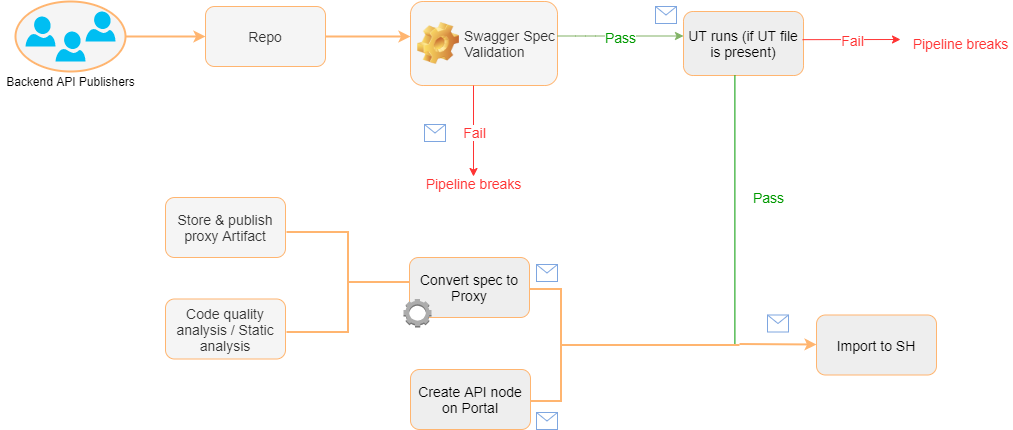
This is Untitled Diagram.png from joshhnaa/sample, a draw.io export, as it was before one commit. Source tidied: cells renumbered, new cells last; positions are measured from the earlier drawing's top-left corner, leaving out a move shared by most shapes. Its diagram source:
```xml
<mxGraphModel>
  <root>
    <mxCell id="0" />
    <mxCell id="1" parent="0" />
    <mxCell id="2" value="&lt;span style=&quot;color: rgba(0 , 0 , 0 , 0) ; font-family: monospace ; font-size: 0px&quot;&gt;%3CmxGraphModel%3E%3Croot%3E%3CmxCell%20id%3D%220%22%2F%3E%3CmxCell%20id%3D%221%22%20parent%3D%220%22%2F%3E%3CmxCell%20id%3D%222%22%20value%3D%22%22%20style%3D%22verticalLabelPosition%3Dbottom%3Bhtml%3D1%3BverticalAlign%3Dtop%3Balign%3Dcenter%3BstrokeColor%3Dnone%3BfillColor%3D%2300BEF2%3Bshape%3Dmxgraph.azure.user%3B%22%20vertex%3D%221%22%20parent%3D%221%22%3E%3CmxGeometry%20x%3D%22150%22%20y%3D%22250%22%20width%3D%2230%22%20height%3D%2230%22%20as%3D%22geometry%22%2F%3E%3C%2FmxCell%3E%3C%2Froot%3E%3C%2FmxGraphModel%3E&lt;/span&gt;" style="strokeWidth=2;html=1;shape=mxgraph.flowchart.start_1;whiteSpace=wrap;fillColor=#f5f5f5;fontColor=#333333;strokeColor=#FFB570;" parent="1" vertex="1">
      <mxGeometry x="15" width="110" height="70" as="geometry" />
    </mxCell>
    <mxCell id="3" value="&lt;p style=&quot;margin-top: 0pt ; margin-bottom: 0pt ; margin-left: 0in ; text-align: left ; direction: ltr ; unicode-bidi: embed ; word-break: normal&quot;&gt;&lt;span style=&quot;font-size: 9pt&quot;&gt;Backend API Publishers&lt;/span&gt;&lt;/p&gt;" style="text;html=1;align=center;verticalAlign=middle;" parent="1" vertex="1">
      <mxGeometry y="70" width="140" height="20" as="geometry" />
    </mxCell>
    <mxCell id="4" style="verticalLabelPosition=bottom;html=1;verticalAlign=top;align=center;strokeColor=none;fillColor=#00BEF2;shape=mxgraph.azure.user;" parent="1" vertex="1">
      <mxGeometry x="55" y="30" width="30" height="30" as="geometry" />
    </mxCell>
    <mxCell id="5" style="verticalLabelPosition=bottom;html=1;verticalAlign=top;align=center;strokeColor=none;fillColor=#00BEF2;shape=mxgraph.azure.user;" parent="1" vertex="1">
      <mxGeometry x="25" y="15" width="30" height="30" as="geometry" />
    </mxCell>
    <mxCell id="6" style="verticalLabelPosition=bottom;html=1;verticalAlign=top;align=center;strokeColor=none;fillColor=#00BEF2;shape=mxgraph.azure.user;" parent="1" vertex="1">
      <mxGeometry x="85" y="10" width="30" height="30" as="geometry" />
    </mxCell>
    <mxCell id="7" style="endArrow=classic;html=1;exitX=1;exitY=0.5;exitDx=0;exitDy=0;exitPerimeter=0;fillColor=#ffcc99;strokeColor=#FFB570;strokeWidth=2;" parent="1" edge="1" source="2">
      <mxGeometry relative="1" as="geometry">
        <mxPoint x="205" y="35" as="targetPoint" />
      </mxGeometry>
    </mxCell>
    <mxCell id="8" value="&lt;font style=&quot;font-size: 14px&quot;&gt;Repo&lt;/font&gt;" style="rounded=1;whiteSpace=wrap;html=1;fillColor=#f5f5f5;fontColor=#333333;strokeColor=#FFB570;" parent="1" vertex="1">
      <mxGeometry x="205" y="5" width="120" height="60" as="geometry" />
    </mxCell>
    <mxCell id="9" style="endArrow=classic;html=1;exitX=1;exitY=0.5;exitDx=0;exitDy=0;strokeColor=#FFB570;strokeWidth=2;" parent="1" edge="1" source="8">
      <mxGeometry relative="1" as="geometry">
        <mxPoint x="410" y="35" as="targetPoint" />
      </mxGeometry>
    </mxCell>
    <mxCell id="10" value="&lt;span style=&quot;font-weight: normal&quot;&gt;&lt;font style=&quot;font-size: 14px&quot;&gt;Swagger Spec Validation&lt;/font&gt;&lt;/span&gt;" style="label;whiteSpace=wrap;html=1;image=img/clipart/Gear_128x128.png;fillColor=#f5f5f5;fontColor=#333333;strokeColor=#FFB570;" parent="1" vertex="1">
      <mxGeometry x="410" width="147" height="84" as="geometry" />
    </mxCell>
    <mxCell id="11" style="endArrow=classic;html=1;strokeColor=#82b366;exitX=1;exitY=0.381;exitDx=0;exitDy=0;exitPerimeter=0;fillColor=#d5e8d4;gradientColor=#97d077;" parent="1" edge="1">
      <mxGeometry relative="1" as="geometry">
        <mxPoint x="557" y="34.5" as="sourcePoint" />
        <mxPoint x="683" y="34.5" as="targetPoint" />
        <Array as="points">
          <mxPoint x="585" y="34.5" />
        </Array>
      </mxGeometry>
    </mxCell>
    <mxCell id="12" value="&lt;font style=&quot;font-size: 14px&quot;&gt;Pass&lt;/font&gt;" style="edgeLabel;html=1;align=center;verticalAlign=middle;fillColor=#00CC00;fontColor=#009900;" parent="11" vertex="1">
      <mxGeometry relative="1" as="geometry">
        <mxPoint x="-0.5" y="0.5" as="offset" />
      </mxGeometry>
    </mxCell>
    <mxCell id="13" style="endArrow=classic;html=1;strokeColor=#FF3333;fontColor=#009900;" parent="1" edge="1">
      <mxGeometry relative="1" as="geometry">
        <mxPoint x="473" y="84" as="sourcePoint" />
        <mxPoint x="473" y="175" as="targetPoint" />
      </mxGeometry>
    </mxCell>
    <mxCell id="14" value="Fail" style="edgeLabel;html=1;align=center;verticalAlign=middle;fontSize=14;fontColor=#FF3333;" parent="13" vertex="1">
      <mxGeometry relative="1" as="geometry" />
    </mxCell>
    <mxCell id="15" style="shape=message;html=1;strokeColor=#7EA6E0;" parent="1" vertex="1">
      <mxGeometry x="655" y="5" width="21" height="17" as="geometry" />
    </mxCell>
    <mxCell id="16" style="shape=message;html=1;strokeColor=#7EA6E0;" parent="1" vertex="1">
      <mxGeometry x="424" y="123" width="21" height="17" as="geometry" />
    </mxCell>
    <mxCell id="17" value="&lt;font color=&quot;#000000&quot;&gt;UT runs (if UT file is present)&lt;/font&gt;" style="rounded=1;whiteSpace=wrap;html=1;fillColor=#eeeeee;fontSize=14;strokeColor=#FFB570;" parent="1" vertex="1">
      <mxGeometry x="683" y="10" width="120" height="64" as="geometry" />
    </mxCell>
    <mxCell id="18" style="strokeWidth=2;html=1;shape=mxgraph.flowchart.annotation_2;align=left;labelPosition=right;fillColor=#FFFFFF;fontSize=14;fontColor=#FF3333;rotation=-180;strokeColor=#FFB570;" parent="1" vertex="1">
      <mxGeometry x="529" y="287.5" width="63" height="112" as="geometry" />
    </mxCell>
    <mxCell id="19" style="endArrow=none;html=1;fontSize=14;fontColor=#FF3333;strokeColor=#009900;" parent="1" edge="1" source="21" target="17">
      <mxGeometry relative="1" as="geometry" />
    </mxCell>
    <mxCell id="20" style="endArrow=none;html=1;strokeColor=#000000;fontSize=14;fontColor=#FF3333;" parent="1" edge="1">
      <mxGeometry relative="1" as="geometry">
        <mxPoint x="711" y="361" as="sourcePoint" />
        <mxPoint x="711" y="361" as="targetPoint" />
      </mxGeometry>
    </mxCell>
    <mxCell id="21" style="line;strokeWidth=2;html=1;perimeter=backbonePerimeter;points=[];outlineConnect=0;fillColor=#FFFFFF;fontSize=14;fontColor=#FF3333;strokeColor=#FFB570;" parent="1" vertex="1">
      <mxGeometry x="585" y="340" width="154" height="7" as="geometry" />
    </mxCell>
    <mxCell id="22" value="&lt;font color=&quot;#000000&quot;&gt;Convert spec to Proxy&lt;/font&gt;" style="rounded=1;whiteSpace=wrap;html=1;strokeWidth=1;fillColor=#eeeeee;fontSize=14;strokeColor=#FFB570;" parent="1" vertex="1">
      <mxGeometry x="409" y="256" width="120" height="60" as="geometry" />
    </mxCell>
    <mxCell id="23" value="&lt;font color=&quot;#000000&quot;&gt;Create API node on Portal&lt;/font&gt;" style="rounded=1;whiteSpace=wrap;html=1;strokeWidth=1;fillColor=#eeeeee;fontSize=14;strokeColor=#FFB570;" parent="1" vertex="1">
      <mxGeometry x="410" y="368" width="120" height="60" as="geometry" />
    </mxCell>
    <mxCell id="24" value="Pipeline breaks" style="text;html=1;align=center;verticalAlign=middle;fontSize=14;fontColor=#FF3333;" parent="1" vertex="1">
      <mxGeometry x="420" y="168" width="105" height="28" as="geometry" />
    </mxCell>
    <mxCell id="25" style="endArrow=classic;html=1;fontSize=14;fontColor=#FF3333;strokeColor=#FFB570;strokeWidth=2;" parent="1" edge="1" source="21">
      <mxGeometry relative="1" as="geometry">
        <mxPoint x="816" y="343" as="targetPoint" />
      </mxGeometry>
    </mxCell>
    <mxCell id="26" value="&lt;font color=&quot;#000000&quot;&gt;Import to SH&lt;/font&gt;" style="rounded=1;whiteSpace=wrap;html=1;strokeWidth=1;fillColor=#eeeeee;fontSize=14;strokeColor=#FFB570;" parent="1" vertex="1">
      <mxGeometry x="816" y="313.5" width="120" height="60" as="geometry" />
    </mxCell>
    <mxCell id="27" style="shape=message;html=1;strokeColor=#7EA6E0;" parent="1" vertex="1">
      <mxGeometry x="767" y="313.5" width="21" height="17" as="geometry" />
    </mxCell>
    <mxCell id="28" style="shape=message;html=1;strokeColor=#7EA6E0;" parent="1" vertex="1">
      <mxGeometry x="536" y="263" width="21" height="17" as="geometry" />
    </mxCell>
    <mxCell id="29" style="shape=message;html=1;strokeColor=#7EA6E0;" parent="1" vertex="1">
      <mxGeometry x="536" y="411" width="21" height="17" as="geometry" />
    </mxCell>
    <mxCell id="30" style="endArrow=classic;html=1;strokeColor=#FF3333;fontSize=14;fontColor=#FF3333;exitX=0.992;exitY=0.44;exitDx=0;exitDy=0;exitPerimeter=0;" parent="1" edge="1" source="17">
      <mxGeometry relative="1" as="geometry">
        <mxPoint x="900" y="38" as="targetPoint" />
      </mxGeometry>
    </mxCell>
    <mxCell id="31" value="Fail" style="edgeLabel;html=1;align=center;verticalAlign=middle;fontColor=#FF3333;fontSize=14;" parent="30" vertex="1">
      <mxGeometry relative="1" as="geometry" />
    </mxCell>
    <mxCell id="32" value="Pipeline breaks" style="text;html=1;align=center;verticalAlign=middle;fontSize=14;fontColor=#FF3333;" parent="1" vertex="1">
      <mxGeometry x="907" y="28" width="105" height="28" as="geometry" />
    </mxCell>
    <mxCell id="33" value="Pass" style="text;html=1;align=center;verticalAlign=middle;fontSize=14;strokeWidth=11;fontColor=#009900;" parent="1" vertex="1">
      <mxGeometry x="747" y="182" width="42" height="28" as="geometry" />
    </mxCell>
    <mxCell id="34" style="dashed=0;verticalLabelPosition=bottom;verticalAlign=top;align=center;html=1;shape=mxgraph.aws3.human_intelligence_tasks_hit;fillColor=#ACACAC;gradientColor=none;strokeColor=#000000;strokeWidth=11;fontSize=14;fontColor=#009900;" parent="1" vertex="1">
      <mxGeometry x="403" y="297.5" width="28" height="28.5" as="geometry" />
    </mxCell>
    <mxCell id="35" style="strokeWidth=2;html=1;shape=mxgraph.flowchart.annotation_2;align=left;labelPosition=right;fillColor=#FFFFFF;fontSize=13;fontColor=#009900;rotation=-180;strokeColor=#FFB570;" parent="1" vertex="1">
      <mxGeometry x="286" y="230.5" width="123" height="100" as="geometry" />
    </mxCell>
    <mxCell id="36" value="&lt;font style=&quot;font-size: 14px&quot;&gt;Store &amp;amp; publish proxy Artifact&lt;/font&gt;" style="rounded=1;whiteSpace=wrap;html=1;fillColor=#f5f5f5;fontColor=#333333;strokeColor=#FFB570;" parent="1" vertex="1">
      <mxGeometry x="165" y="196" width="120" height="60" as="geometry" />
    </mxCell>
    <mxCell id="37" value="&lt;font style=&quot;font-size: 14px&quot;&gt;Code quality analysis / Static analysis&lt;/font&gt;" style="rounded=1;whiteSpace=wrap;html=1;fillColor=#f5f5f5;fontColor=#333333;strokeColor=#FFB570;" parent="1" vertex="1">
      <mxGeometry x="165" y="297.5" width="120" height="60" as="geometry" />
    </mxCell>
  </root>
</mxGraphModel>
```
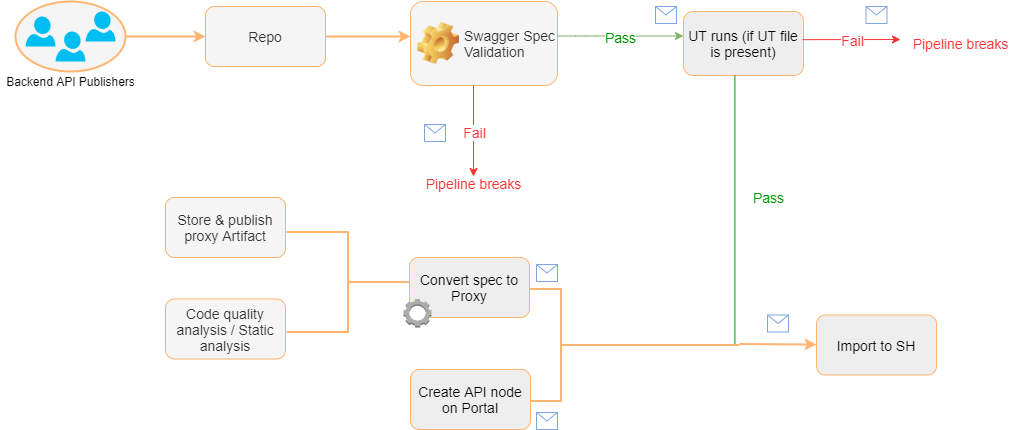
Later version of the same file.

Change to the diagram source:
```diff
@@ -132,5 +132,8 @@
     <mxCell id="37" value="&lt;font style=&quot;font-size: 14px&quot;&gt;Code quality analysis / Static analysis&lt;/font&gt;" style="rounded=1;whiteSpace=wrap;html=1;fillColor=#f5f5f5;fontColor=#333333;strokeColor=#FFB570;" parent="1" vertex="1">
       <mxGeometry x="165" y="297.5" width="120" height="60" as="geometry" />
     </mxCell>
+    <mxCell id="38" style="shape=message;html=1;strokeColor=#7EA6E0;" parent="1" vertex="1">
+      <mxGeometry x="865.5" y="5" width="21" height="17" as="geometry" />
+    </mxCell>
   </root>
 </mxGraphModel>
```
